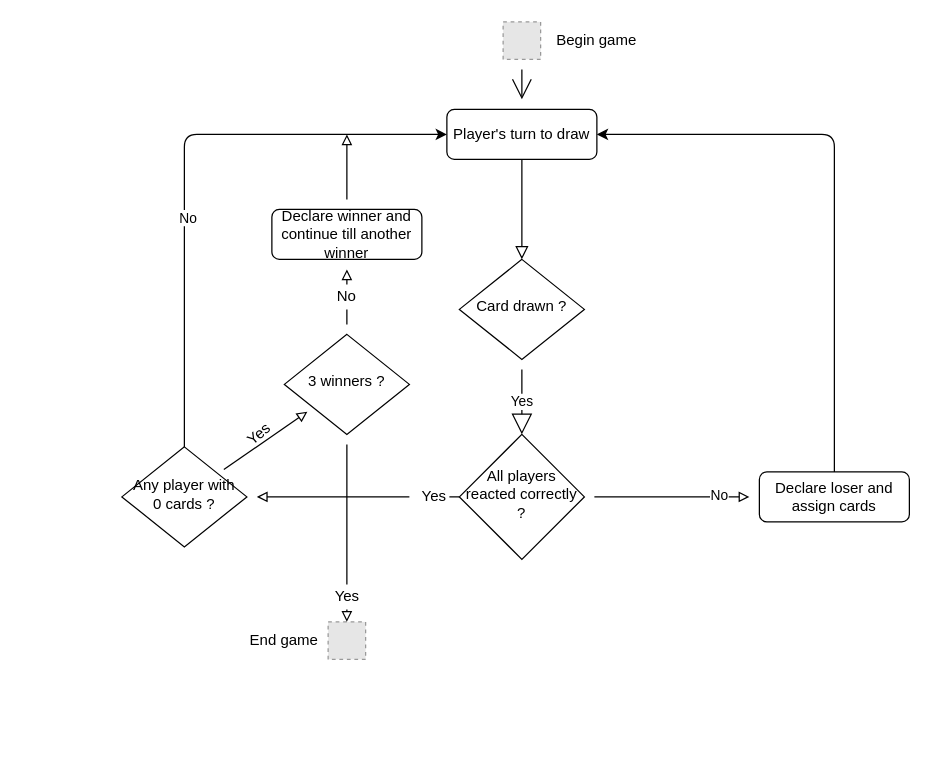
Earlier version of the draw.io diagram drawio/game_state.drawio (unamedcardgame/lightning-cards). Source tidied: cells renumbered, new cells numbered last; positions are measured from the earlier drawing's top-left corner, leaving out a move shared by most shapes. Both pictures are drawn from the tidied source at 125%, with x=0, y=0 at pixel (121, 21). Pictures stored in the file or linked from it are replaced by grey dashed boxes.
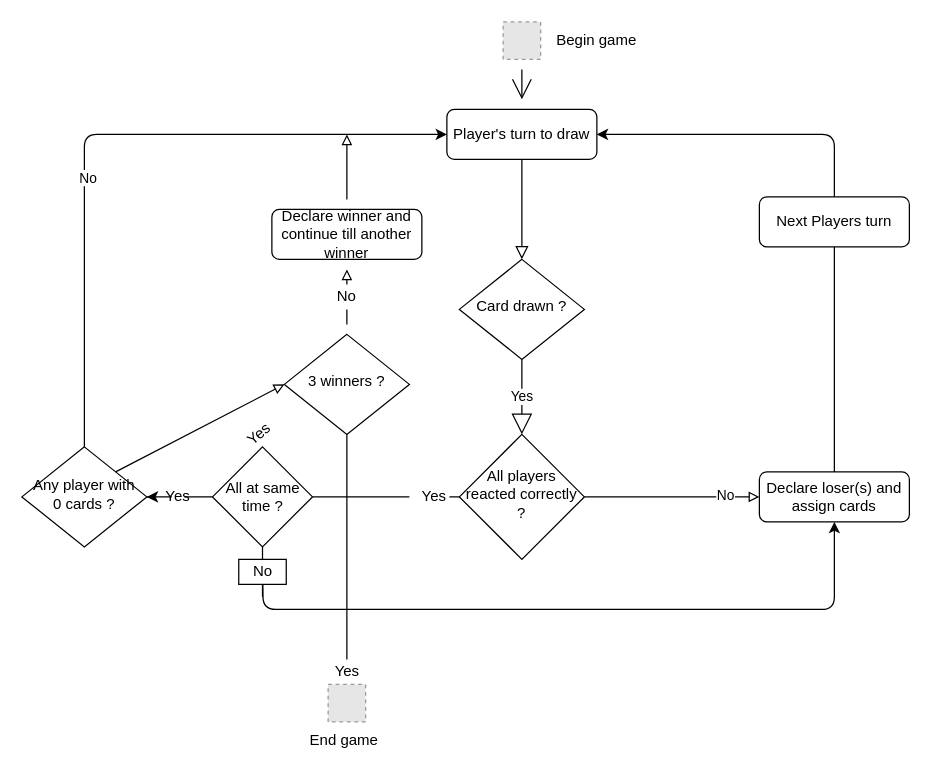
The same diagram, later.

Unchanged cells that the change refers to:
```xml
<mxCell id="3" value="Player's turn to draw" style="rounded=1;whiteSpace=wrap;html=1;fontSize=12;glass=0;strokeWidth=1;shadow=0;" parent="1" vertex="1">
  <mxGeometry x="260" y="70" width="120" height="40" as="geometry" />
</mxCell>
<mxCell id="5" value="Card drawn ?" style="rhombus;whiteSpace=wrap;html=1;shadow=0;fontFamily=Helvetica;fontSize=12;align=center;strokeWidth=1;spacing=6;spacingTop=-4;" parent="1" vertex="1">
  <mxGeometry x="270" y="190" width="100" height="80" as="geometry" />
</mxCell>
<mxCell id="13" value="All players reacted correctly ?" style="rhombus;whiteSpace=wrap;html=1;shadow=0;fontFamily=Helvetica;fontSize=12;align=center;strokeWidth=1;spacing=6;spacingTop=-4;" parent="1" vertex="1">
  <mxGeometry x="270" y="330" width="100" height="100" as="geometry" />
</mxCell>
<mxCell id="21" value="Yes" style="text;html=1;strokeColor=none;fillColor=none;align=center;verticalAlign=middle;whiteSpace=wrap;rounded=0;hachureGap=4;" parent="1" vertex="1">
  <mxGeometry x="230" y="370" width="40" height="20" as="geometry" />
</mxCell>
<mxCell id="26" value="3 winners ?" style="rhombus;whiteSpace=wrap;html=1;shadow=0;fontFamily=Helvetica;fontSize=12;align=center;strokeWidth=1;spacing=6;spacingTop=-4;" parent="1" vertex="1">
  <mxGeometry x="130" y="250" width="100" height="80" as="geometry" />
</mxCell>
```

The edit, as a diff of the source:
```diff
@@
-    <mxCell id="4" value="Yes" style="edgeStyle=none;curved=1;rounded=0;jettySize=auto;html=1;endArrow=block;startSize=14;endSize=14;sourcePerimeterSpacing=8;targetPerimeterSpacing=8;endFill=0;entryX=0.5;entryY=0;entryDx=0;entryDy=0;" parent="1" edge="1" source="5" target="13">
+    <mxCell id="4" value="Yes" style="edgeStyle=none;curved=1;rounded=0;jettySize=auto;html=1;endArrow=block;startSize=14;endSize=14;sourcePerimeterSpacing=8;targetPerimeterSpacing=8;endFill=0;entryX=0.5;entryY=0;entryDx=0;entryDy=0;exitX=0.5;exitY=1;exitDx=0;exitDy=0;" parent="1" edge="1" source="5" target="13">
       <mxGeometry relative="1" as="geometry" />
     </mxCell>
@@
     <mxCell id="8" style="fillColor=#E6E6E6;strokeColor=#999999;dashed=1;html=1;verticalAlign=top;verticalLabelPosition=bottom;labelBackgroundColor=#ffffff;" parent="1" vertex="1">
-      <mxGeometry x="165" y="480" width="30" height="30" as="geometry" />
+      <mxGeometry x="165" y="530" width="30" height="30" as="geometry" />
     </mxCell>
@@
-    <mxCell id="10" style="edgeStyle=none;curved=1;rounded=0;jettySize=auto;html=1;endArrow=block;endFill=0;sourcePerimeterSpacing=8;targetPerimeterSpacing=8;" parent="1" edge="1" source="13" target="14">
+    <mxCell id="10" style="edgeStyle=none;curved=1;rounded=0;jettySize=auto;html=1;endArrow=block;endFill=0;sourcePerimeterSpacing=8;targetPerimeterSpacing=8;entryX=0;entryY=0.5;entryDx=0;entryDy=0;exitX=1;exitY=0.5;exitDx=0;exitDy=0;" parent="1" edge="1" source="13" target="14">
       <mxGeometry relative="1" as="geometry" />
     </mxCell>
@@
-    <mxCell id="12" style="edgeStyle=none;curved=1;rounded=0;jettySize=auto;html=1;endArrow=block;endFill=0;targetPerimeterSpacing=8;startArrow=none;" parent="1" edge="1" source="21" target="16">
-      <mxGeometry relative="1" as="geometry" />
-    </mxCell>
@@
-    <mxCell id="14" value="Declare loser and assign cards" style="rounded=1;whiteSpace=wrap;html=1;fontSize=12;glass=0;strokeWidth=1;shadow=0;" parent="1" vertex="1">
+    <mxCell id="14" value="Declare loser(s) and assign cards" style="rounded=1;whiteSpace=wrap;html=1;fontSize=12;glass=0;strokeWidth=1;shadow=0;" parent="1" vertex="1">
       <mxGeometry x="510" y="360" width="120" height="40" as="geometry" />
     </mxCell>
-    <mxCell id="15" style="edgeStyle=none;curved=1;rounded=0;jettySize=auto;html=1;endArrow=block;endFill=0;sourcePerimeterSpacing=8;targetPerimeterSpacing=8;" parent="1" edge="1" source="16" target="26">
+    <mxCell id="15" style="edgeStyle=none;curved=1;rounded=0;jettySize=auto;html=1;endArrow=block;endFill=0;sourcePerimeterSpacing=8;targetPerimeterSpacing=8;entryX=0;entryY=0.5;entryDx=0;entryDy=0;exitX=1;exitY=0;exitDx=0;exitDy=0;" parent="1" edge="1" source="16" target="26">
       <mxGeometry relative="1" as="geometry" />
     </mxCell>
     <mxCell id="16" value="Any player with 0 cards ?" style="rhombus;whiteSpace=wrap;html=1;shadow=0;fontFamily=Helvetica;fontSize=12;align=center;strokeWidth=1;spacing=6;spacingTop=-4;" parent="1" vertex="1">
-      <mxGeometry y="340" width="100" height="80" as="geometry" />
+      <mxGeometry x="-80" y="340" width="100" height="80" as="geometry" />
     </mxCell>
     <mxCell id="17" style="endArrow=classic;html=1;sourcePerimeterSpacing=8;targetPerimeterSpacing=8;entryX=0;entryY=0.5;entryDx=0;entryDy=0;exitX=0.5;exitY=0;exitDx=0;exitDy=0;" parent="1" edge="1" source="16" target="3">
       <mxGeometry relative="1" as="geometry">
         <Array as="points">
-          <mxPoint x="50" y="90" />
+          <mxPoint x="-30" y="90" />
         </Array>
       </mxGeometry>
     </mxCell>
@@
     <mxCell id="29" value="Yes" style="text;html=1;strokeColor=none;fillColor=none;align=center;verticalAlign=middle;whiteSpace=wrap;rounded=0;hachureGap=4;" parent="1" vertex="1">
-      <mxGeometry x="152.5" y="450" width="55" height="20" as="geometry" />
+      <mxGeometry x="152.5" y="510" width="55" height="20" as="geometry" />
     </mxCell>
-    <mxCell id="30" style="edgeStyle=none;curved=1;rounded=0;jettySize=auto;html=1;entryX=0.5;entryY=0;entryDx=0;entryDy=0;endArrow=none;endFill=0;sourcePerimeterSpacing=8;" parent="1" edge="1" source="26" target="29">
-      <mxGeometry relative="1" as="geometry" />
+    <mxCell id="30" style="edgeStyle=none;curved=1;rounded=0;jettySize=auto;html=1;endArrow=none;endFill=0;sourcePerimeterSpacing=8;exitX=0.5;exitY=1;exitDx=0;exitDy=0;" parent="1" edge="1" source="26">
+      <mxGeometry relative="1" as="geometry">
+        <mxPoint x="180" y="510" as="targetPoint" />
+      </mxGeometry>
     </mxCell>
     <mxCell id="31" value="End game" style="text;html=1;strokeColor=none;fillColor=none;align=center;verticalAlign=middle;whiteSpace=wrap;rounded=0;hachureGap=4;" parent="1" vertex="1">
-      <mxGeometry x="100" y="485" width="60" height="20" as="geometry" />
+      <mxGeometry x="147.5" y="565" width="60" height="20" as="geometry" />
     </mxCell>
@@
+    <mxCell id="33" style="edgeStyle=orthogonalEdgeStyle;rounded=0;jettySize=auto;html=1;startArrow=none;" parent="1" edge="1" source="36" target="16">
+      <mxGeometry relative="1" as="geometry" />
+    </mxCell>
+    <mxCell id="34" value="All at same time ?" style="rhombus;whiteSpace=wrap;html=1;" parent="1" vertex="1">
+      <mxGeometry x="72.5" y="340" width="80" height="80" as="geometry" />
+    </mxCell>
+    <mxCell id="35" style="edgeStyle=none;curved=1;rounded=0;jettySize=auto;html=1;endArrow=none;endFill=0;startArrow=none;" parent="1" edge="1" source="21" target="34">
+      <mxGeometry relative="1" as="geometry" />
+    </mxCell>
+    <mxCell id="36" value="Yes" style="text;html=1;strokeColor=none;fillColor=none;align=center;verticalAlign=middle;whiteSpace=wrap;rounded=0;" parent="1" vertex="1">
+      <mxGeometry x="40" y="375" width="10" height="10" as="geometry" />
+    </mxCell>
+    <mxCell id="37" style="edgeStyle=orthogonalEdgeStyle;rounded=0;jettySize=auto;html=1;endArrow=none;" parent="1" edge="1" source="34" target="36">
+      <mxGeometry relative="1" as="geometry" />
+    </mxCell>
+    <mxCell id="38" style="endArrow=classic;html=1;targetPerimeterSpacing=8;exitX=0.5;exitY=0;exitDx=0;exitDy=0;entryX=0.5;entryY=1;entryDx=0;entryDy=0;startArrow=none;" parent="1" edge="1" target="14">
+      <mxGeometry relative="1" as="geometry">
+        <mxPoint x="112.5" y="430" as="sourcePoint" />
+        <Array as="points">
+          <mxPoint x="113" y="470" />
+          <mxPoint x="340" y="470" />
+          <mxPoint x="570" y="470" />
+        </Array>
+      </mxGeometry>
+    </mxCell>
+    <mxCell id="39" style="endArrow=none;html=1;exitX=0.5;exitY=0;exitDx=0;exitDy=0;entryX=0.5;entryY=1;entryDx=0;entryDy=0;startArrow=none;" parent="1" edge="1" source="41">
+      <mxGeometry relative="1" as="geometry">
+        <mxPoint x="112.5" y="460" as="targetPoint" />
+      </mxGeometry>
+    </mxCell>
+    <mxCell id="40" style="endArrow=none;html=1;sourcePerimeterSpacing=8;exitX=0.5;exitY=0;exitDx=0;exitDy=0;entryX=0.5;entryY=1;entryDx=0;entryDy=0;" parent="1" edge="1" target="41">
+      <mxGeometry relative="1" as="geometry">
+        <mxPoint x="112.5" y="420" as="sourcePoint" />
+      </mxGeometry>
+    </mxCell>
+    <mxCell id="41" value="No" style="rounded=0;whiteSpace=wrap;html=1;" parent="1" vertex="1">
+      <mxGeometry x="93.5" y="430" width="38" height="20" as="geometry" />
+    </mxCell>
+    <mxCell id="42" value="Next Players turn" style="rounded=1;whiteSpace=wrap;html=1;fontSize=12;glass=0;strokeWidth=1;shadow=0;" parent="1" vertex="1">
+      <mxGeometry x="510" y="140" width="120" height="40" as="geometry" />
+    </mxCell>
```
